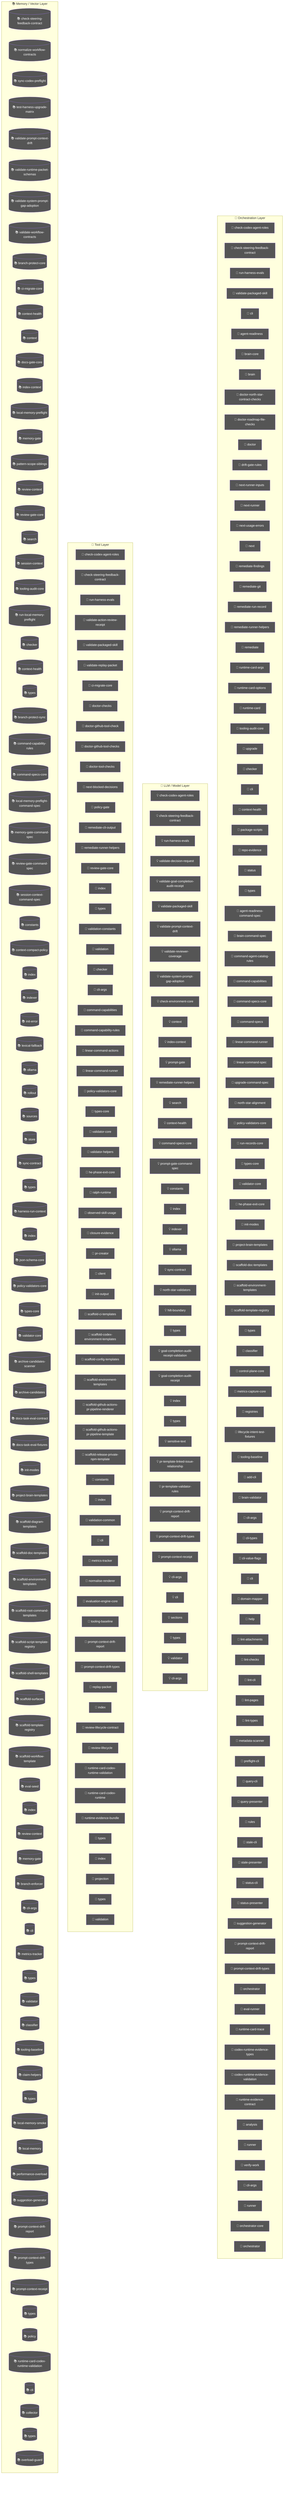
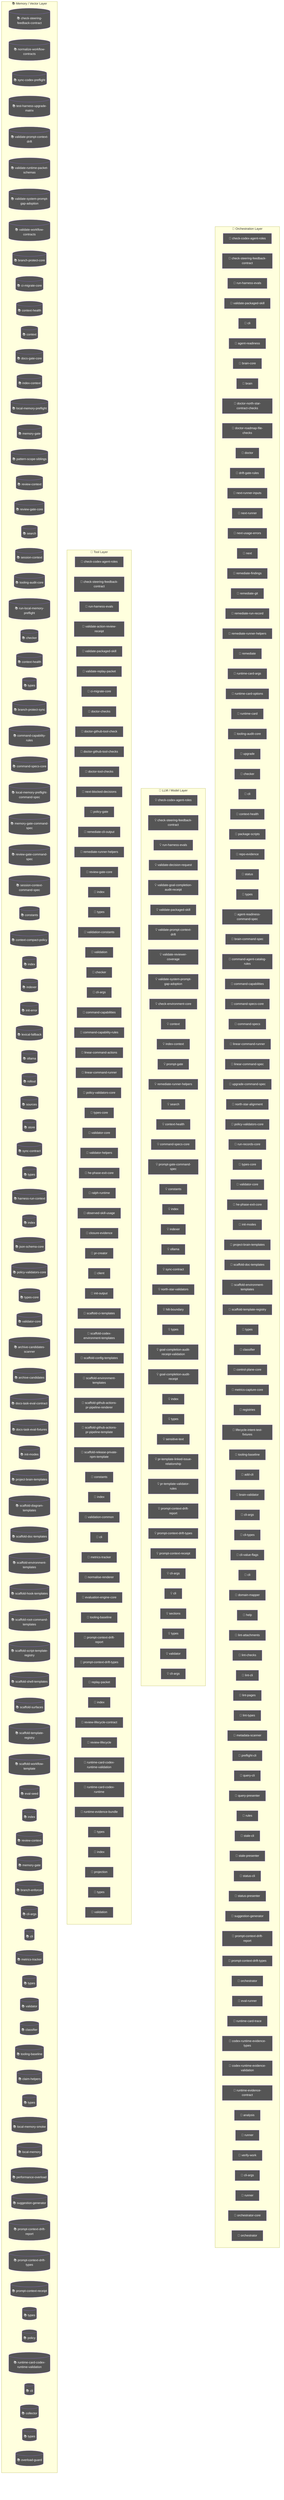
flowchart TD
  subgraph Orchestration["🎯 Orchestration Layer"]
    node_agent_mmd_orchestration_layer_orchestration_chec_7a9f0b64["🤖 check-codex-agent-roles"]
    node_agent_mmd_orchestration_layer_orchestration_chec_7fd47f5c["🤖 check-steering-feedback-contract"]
    node_agent_mmd_orchestration_layer_orchestration_run__18817957["🤖 run-harness-evals"]
    node_agent_mmd_orchestration_layer_orchestration_vali_c01b04be["🤖 validate-packaged-skill"]
    cli_99bb8840["🤖 cli"]
    agent_readiness_c82c68e6["🤖 agent-readiness"]
    brain_core_aa07c380["🤖 brain-core"]
    brain_bbbf7a64["🤖 brain"]
    doctor_north_star_contract_checks_0048124c["🤖 doctor-north-star-contract-checks"]
    doctor_roadmap_file_checks_14447b8e["🤖 doctor-roadmap-file-checks"]
    doctor_72f4be89["🤖 doctor"]
    drift_gate_rules_9685e72d["🤖 drift-gate-rules"]
    next_runner_inputs_754dba64["🤖 next-runner-inputs"]
    next_runner_41643472["🤖 next-runner"]
    next_usage_errors_837a345a["🤖 next-usage-errors"]
    next_c6c1c9a9["🤖 next"]
    remediate_findings_8b09c8c6["🤖 remediate-findings"]
    remediate_git_58c6f6f4["🤖 remediate-git"]
    remediate_run_record_9dfe5dc1["🤖 remediate-run-record"]
    node_agent_mmd_orchestration_layer_orchestration_reme_359fe98f["🤖 remediate-runner-helpers"]
    remediate_06b9c7fc["🤖 remediate"]
    runtime_card_args_2b3d4b28["🤖 runtime-card-args"]
    runtime_card_options_c9156ad5["🤖 runtime-card-options"]
    runtime_card_e06b53e1["🤖 runtime-card"]
    node_agent_mmd_orchestration_layer_orchestration_tool_acfe0c01["🤖 tooling-audit-core"]
    upgrade_7fef9479["🤖 upgrade"]
    node_agent_mmd_orchestration_layer_orchestration_chec_0550c395["🤖 checker"]
    cli_1_084e05fe["🤖 cli"]
    node_agent_mmd_orchestration_layer_orchestration_cont_61b3b9c9["🤖 context-health"]
    package_scripts_3ee6150f["🤖 package-scripts"]
    repo_evidence_38bb1de5["🤖 repo-evidence"]
    status_073c1634["🤖 status"]
    node_agent_mmd_orchestration_layer_orchestration_type_4f906dcc["🤖 types"]
    agent_readiness_command_spec_a30c2c1e["🤖 agent-readiness-command-spec"]
    brain_command_spec_15b122d5["🤖 brain-command-spec"]
    command_agent_catalog_rules_8e06b2af["🤖 command-agent-catalog-rules"]
    node_agent_mmd_orchestration_layer_orchestration_comm_6e41a7f7["🤖 command-capabilities"]
    node_agent_mmd_orchestration_layer_orchestration_comm_1f8cc24c["🤖 command-specs-core"]
    command_specs_69167c63["🤖 command-specs"]
    node_agent_mmd_orchestration_layer_orchestration_line_b67affd5["🤖 linear-command-runner"]
    linear_command_spec_1e12dd44["🤖 linear-command-spec"]
    upgrade_command_spec_03f6c7bd["🤖 upgrade-command-spec"]
    north_star_alignment_00440188["🤖 north-star-alignment"]
    node_agent_mmd_orchestration_layer_orchestration_poli_3270b55d["🤖 policy-validators-core"]
    run_records_core_89286dfa["🤖 run-records-core"]
    node_agent_mmd_orchestration_layer_orchestration_type_7cf81261["🤖 types-core"]
    node_agent_mmd_orchestration_layer_orchestration_vali_d9fe99e6["🤖 validator-core"]
    node_agent_mmd_orchestration_layer_orchestration_he_p_fc778c24["🤖 he-phase-exit-core"]
    node_agent_mmd_orchestration_layer_orchestration_init_2a9c3ecb["🤖 init-modes"]
    node_agent_mmd_orchestration_layer_orchestration_proj_6ab6f60f["🤖 project-brain-templates"]
    node_agent_mmd_orchestration_layer_orchestration_scaf_12cc07db["🤖 scaffold-doc-templates"]
    node_agent_mmd_orchestration_layer_orchestration_scaf_c9a90c2f["🤖 scaffold-environment-templates"]
    node_agent_mmd_orchestration_layer_orchestration_scaf_ff8f92f6["🤖 scaffold-template-registry"]
    types_16_0fae1112["🤖 types"]
    node_agent_mmd_orchestration_layer_orchestration_clas_899b821a["🤖 classifier"]
    control_plane_core_db3b4cb2["🤖 control-plane-core"]
    metrics_capture_core_db4bf7cf["🤖 metrics-capture-core"]
    registries_06402afa["🤖 registries"]
    lifecycle_intent_test_fixtures_a53c7ada["🤖 lifecycle-intent-test-fixtures"]
    node_agent_mmd_orchestration_layer_orchestration_tool_cc43149f["🤖 tooling-baseline"]
    add_cli_7614de25["🤖 add-cli"]
    brain_validator_be251832["🤖 brain-validator"]
    cli_args_8_d546936e["🤖 cli-args"]
    cli_types_1686e858["🤖 cli-types"]
    cli_value_flags_732a8e43["🤖 cli-value-flags"]
    cli_10_35dc8cbd["🤖 cli"]
    domain_mapper_cd9333d2["🤖 domain-mapper"]
    help_106a5842["🤖 help"]
    lint_attachments_873c0632["🤖 lint-attachments"]
    lint_checks_83522b19["🤖 lint-checks"]
    lint_cli_9ec62ec0["🤖 lint-cli"]
    lint_pages_e33301d0["🤖 lint-pages"]
    lint_types_2862c255["🤖 lint-types"]
    metadata_scanner_6a101b66["🤖 metadata-scanner"]
    preflight_cli_5d148379["🤖 preflight-cli"]
    query_cli_b95be64d["🤖 query-cli"]
    query_presenter_02e6077c["🤖 query-presenter"]
    rules_6c621d1a["🤖 rules"]
    stale_cli_64548720["🤖 stale-cli"]
    stale_presenter_1de4e3a2["🤖 stale-presenter"]
    status_cli_4c24a0d6["🤖 status-cli"]
    status_presenter_8de686c1["🤖 status-presenter"]
    node_agent_mmd_orchestration_layer_orchestration_sugg_85c5ebe3["🤖 suggestion-generator"]
    node_agent_mmd_orchestration_layer_orchestration_prom_d17b4de2["🤖 prompt-context-drift-report"]
    node_agent_mmd_orchestration_layer_orchestration_prom_77088997["🤖 prompt-context-drift-types"]
    orchestrator_11376b7e["🤖 orchestrator"]
    eval_runner_0966a6b3["🤖 eval-runner"]
    runtime_card_trace_64a5ca95["🤖 runtime-card-trace"]
    codex_runtime_evidence_types_f55808dd["🤖 codex-runtime-evidence-types"]
    codex_runtime_evidence_validation_d060a92d["🤖 codex-runtime-evidence-validation"]
    runtime_evidence_contract_0f7b15b2["🤖 runtime-evidence-contract"]
    analysis_f44e85c4["🤖 analysis"]
    runner_527aa9f4["🤖 runner"]
    verify_work_1_cd8e7ec3["🤖 verify-work"]
    cli_args_14_3481043e["🤖 cli-args"]
    runner_1_6f281bf8["🤖 runner"]
    orchestrator_core_d0678b53["🤖 orchestrator-core"]
    orchestrator_1_6b7137c5["🤖 orchestrator"]
  end
  subgraph LLMLayer["🧠 LLM / Model Layer"]
    node_agent_mmd_llm_model_layer_llmlayer_check_codex_a_29e7b7fa["💡 check-codex-agent-roles"]
    node_agent_mmd_llm_model_layer_llmlayer_check_steerin_0e1bf90d["💡 check-steering-feedback-contract"]
    node_agent_mmd_llm_model_layer_llmlayer_run_harness_e_603fcfdc["💡 run-harness-evals"]
    validate_decision_request_2e5c325e["💡 validate-decision-request"]
    validate_goal_completion_audit_receipt_100d252c["💡 validate-goal-completion-audit-receipt"]
    node_agent_mmd_llm_model_layer_llmlayer_validate_pack_2a12e1f4["💡 validate-packaged-skill"]
    node_agent_mmd_llm_model_layer_llmlayer_validate_prom_9880f764["💡 validate-prompt-context-drift"]
    validate_reviewer_coverage_251efee3["💡 validate-reviewer-coverage"]
    node_agent_mmd_llm_model_layer_llmlayer_validate_syst_5636156e["💡 validate-system-prompt-gap-adoption"]
    check_environment_core_2c16213f["💡 check-environment-core"]
    node_agent_mmd_llm_model_layer_llmlayer_context_conte_ad2dfbd9["💡 context"]
    node_agent_mmd_llm_model_layer_llmlayer_index_context_1041bd11["💡 index-context"]
    prompt_gate_c5e9d207["💡 prompt-gate"]
    node_agent_mmd_llm_model_layer_llmlayer_remediate_run_9e3d4585["💡 remediate-runner-helpers"]
    node_agent_mmd_llm_model_layer_llmlayer_search_search_66b9a911["💡 search"]
    node_agent_mmd_llm_model_layer_llmlayer_context_healt_cfc0bfa8["💡 context-health"]
    node_agent_mmd_llm_model_layer_llmlayer_command_specs_782af9fa["💡 command-specs-core"]
    prompt_gate_command_spec_9a941482["💡 prompt-gate-command-spec"]
    node_agent_mmd_llm_model_layer_llmlayer_constants_con_c9bd3f6c["💡 constants"]
    node_agent_mmd_llm_model_layer_llmlayer_index_index_1_02e160ff["💡 index"]
    node_agent_mmd_llm_model_layer_llmlayer_indexer_index_4f4deef5["💡 indexer"]
    node_agent_mmd_llm_model_layer_llmlayer_ollama_ollama_968b23fa["💡 ollama"]
    node_agent_mmd_llm_model_layer_llmlayer_sync_contract_9f3cc8c1["💡 sync-contract"]
    north_star_validators_cfc926ce["💡 north-star-validators"]
    hilt_boundary_9b36fb15["💡 hilt-boundary"]
    types_10_75e5a4a0["💡 types"]
    goal_completion_audit_receipt_validation_9d0f4891["💡 goal-completion-audit-receipt-validation"]
    goal_completion_audit_receipt_5e4939c3["💡 goal-completion-audit-receipt"]
    index_5_522f772a["💡 index"]
    node_agent_mmd_llm_model_layer_llmlayer_constants_con_c9bd3f6c["💡 constants"]
    types_17_ed30531c["💡 types"]
    sensitive_text_7c11f760["💡 sensitive-text"]
    pr_template_linked_issue_relationship_a7b61f2c["💡 pr-template-linked-issue-relationship"]
    pr_template_validator_rules_20a32d6b["💡 pr-template-validator-rules"]
    node_agent_mmd_llm_model_layer_llmlayer_index_index_1_02e160ff["💡 index"]
    node_agent_mmd_llm_model_layer_llmlayer_prompt_contex_81f9066a["💡 prompt-context-drift-report"]
    node_agent_mmd_llm_model_layer_llmlayer_prompt_contex_e5066b88["💡 prompt-context-drift-types"]
    node_agent_mmd_llm_model_layer_llmlayer_index_index_1_02e160ff["💡 index"]
    node_agent_mmd_llm_model_layer_llmlayer_prompt_contex_6426acc2["💡 prompt-context-receipt"]
    cli_args_9_9c136878["💡 cli-args"]
    cli_11_338a8415["💡 cli"]
    sections_4697ef32["💡 sections"]
    types_27_4d134744["💡 types"]
    validator_7_f836eb0e["💡 validator"]
    cli_args_10_861cdd3f["💡 cli-args"]
  end
  subgraph ToolLayer["🔧 Tool Layer"]
    node_agent_mmd_tool_layer_toollayer_check_codex_agent_4b361d5a["🔧 check-codex-agent-roles"]
    node_agent_mmd_tool_layer_toollayer_check_steering_fe_eafecf3a["🔧 check-steering-feedback-contract"]
    node_agent_mmd_tool_layer_toollayer_run_harness_evals_e2ee24f1["🔧 run-harness-evals"]
    validate_action_review_receipt_fa2f06c3["🔧 validate-action-review-receipt"]
    node_agent_mmd_tool_layer_toollayer_validate_packaged_2855c827["🔧 validate-packaged-skill"]
    validate_replay_packet_f309747e["🔧 validate-replay-packet"]
    node_agent_mmd_tool_layer_toollayer_ci_migrate_core_c_049f8460["🔧 ci-migrate-core"]
    doctor_checks_5a2eb2b9["🔧 doctor-checks"]
    doctor_github_tool_check_e0a938df["🔧 doctor-github-tool-check"]
    doctor_github_tool_checks_a53b0382["🔧 doctor-github-tool-checks"]
    doctor_tool_checks_4acac51a["🔧 doctor-tool-checks"]
    next_blocked_decisions_4140ad2b["🔧 next-blocked-decisions"]
    policy_gate_213f7313["🔧 policy-gate"]
    remediate_cli_output_cc165396["🔧 remediate-cli-output"]
    node_agent_mmd_tool_layer_toollayer_remediate_runner__c003b871["🔧 remediate-runner-helpers"]
    node_agent_mmd_tool_layer_toollayer_review_gate_core__7704598b["🔧 review-gate-core"]
    index_1bc04b52["🔧 index"]
    types_1_4ecdf56e["🔧 types"]
    validation_constants_e002a0f6["🔧 validation-constants"]
    validation_98c41dcd["🔧 validation"]
    node_agent_mmd_tool_layer_toollayer_checker_checker_2_453d593b["🔧 checker"]
    cli_args_1_6144b055["🔧 cli-args"]
    node_agent_mmd_tool_layer_toollayer_command_capabilit_7fe13db1["🔧 command-capabilities"]
    node_agent_mmd_tool_layer_toollayer_command_capabilit_e97a4615["🔧 command-capability-rules"]
    linear_command_actions_e430f4f4["🔧 linear-command-actions"]
    node_agent_mmd_tool_layer_toollayer_linear_command_ru_d6763748["🔧 linear-command-runner"]
    node_agent_mmd_tool_layer_toollayer_policy_validators_af136abf["🔧 policy-validators-core"]
    node_agent_mmd_tool_layer_toollayer_types_core_types__6c8319b6["🔧 types-core"]
    node_agent_mmd_tool_layer_toollayer_validator_core_va_6ef6131f["🔧 validator-core"]
    validator_helpers_7b927667["🔧 validator-helpers"]
    node_agent_mmd_tool_layer_toollayer_he_phase_exit_cor_af016160["🔧 he-phase-exit-core"]
    ralph_runtime_73d63c0e["🔧 ralph-runtime"]
    observed_skill_usage_ed7d5930["🔧 observed-skill-usage"]
    closure_evidence_aaa31467["🔧 closure-evidence"]
    pr_creator_dc6b1ea4["🔧 pr-creator"]
    client_948fe603["🔧 client"]
    init_output_360dce91["🔧 init-output"]
    scaffold_ci_templates_2afd6392["🔧 scaffold-ci-templates"]
    scaffold_codex_environment_templates_334fbbed["🔧 scaffold-codex-environment-templates"]
    scaffold_config_templates_4b80ce53["🔧 scaffold-config-templates"]
    node_agent_mmd_tool_layer_toollayer_scaffold_environm_c1afc013["🔧 scaffold-environment-templates"]
    scaffold_github_actions_pr_pipeline_renderer_1ee18de5["🔧 scaffold-github-actions-pr-pipeline-renderer"]
    scaffold_github_actions_pr_pipeline_template_e2b85f62["🔧 scaffold-github-actions-pr-pipeline-template"]
    scaffold_release_private_npm_template_075499f8["🔧 scaffold-release-private-npm-template"]
    node_agent_mmd_tool_layer_toollayer_constants_constan_9d71b829["🔧 constants"]
    index_9_32dd4d91["🔧 index"]
    validation_common_6161e48b["🔧 validation-common"]
    node_agent_mmd_tool_layer_toollayer_cli_cli_2_1_32d9eeaf["🔧 cli"]
    node_agent_mmd_tool_layer_toollayer_metrics_tracker_m_4c9237d8["🔧 metrics-tracker"]
    normalise_renderer_85f2e563["🔧 normalise-renderer"]
    evaluation_engine_core_e054fe49["🔧 evaluation-engine-core"]
    node_agent_mmd_tool_layer_toollayer_tooling_baseline__61e66e9f["🔧 tooling-baseline"]
    node_agent_mmd_tool_layer_toollayer_prompt_context_dr_a2772f2b["🔧 prompt-context-drift-report"]
    node_agent_mmd_tool_layer_toollayer_prompt_context_dr_bd82da46["🔧 prompt-context-drift-types"]
    replay_packet_a1293f88["🔧 replay-packet"]
    index_14_d982116c["🔧 index"]
    review_lifecycle_contract_e5447221["🔧 review-lifecycle-contract"]
    review_lifecycle_89afa64c["🔧 review-lifecycle"]
    node_agent_mmd_tool_layer_toollayer_runtime_card_code_3636ceac["🔧 runtime-card-codex-runtime-validation"]
    runtime_card_codex_runtime_0655e230["🔧 runtime-card-codex-runtime"]
    runtime_evidence_bundle_d471a232["🔧 runtime-evidence-bundle"]
    types_36_674380ec["🔧 types"]
    index_17_642943a2["🔧 index"]
    projection_1b250ea1["🔧 projection"]
    types_38_e8efcd57["🔧 types"]
    validation_7_c4e6d8b6["🔧 validation"]
  end
  subgraph MemoryLayer["📚 Memory / Vector Layer"]
    node_agent_mmd_memory_vector_layer_memorylayer_check__64c86928[("📚 check-steering-feedback-contract")]
    normalize_workflow_contracts_8701f1c8[("📚 normalize-workflow-contracts")]
    sync_codex_preflight_7e7a8dc2[("📚 sync-codex-preflight")]
    test_harness_upgrade_matrix_84113c4e[("📚 test-harness-upgrade-matrix")]
    node_agent_mmd_memory_vector_layer_memorylayer_valida_c52c4db8[("📚 validate-prompt-context-drift")]
    validate_runtime_packet_schemas_bc3ba8ec[("📚 validate-runtime-packet-schemas")]
    node_agent_mmd_memory_vector_layer_memorylayer_valida_db599a97[("📚 validate-system-prompt-gap-adoption")]
    validate_workflow_contracts_33dc063c[("📚 validate-workflow-contracts")]
    branch_protect_core_a8feb0fd[("📚 branch-protect-core")]
    node_agent_mmd_memory_vector_layer_memorylayer_ci_mig_0cd5b1a4[("📚 ci-migrate-core")]
    context_health_80bb7da9[("📚 context-health")]
    node_agent_mmd_memory_vector_layer_memorylayer_contex_78ceaaa9[("📚 context")]
    docs_gate_core_eb9b6c18[("📚 docs-gate-core")]
    node_agent_mmd_memory_vector_layer_memorylayer_index__6f3402d0[("📚 index-context")]
    local_memory_preflight_dcc36c42[("📚 local-memory-preflight")]
    memory_gate_a577a506[("📚 memory-gate")]
    pattern_scope_siblings_43abe000[("📚 pattern-scope-siblings")]
    review_context_ca6cf81d[("📚 review-context")]
    node_agent_mmd_memory_vector_layer_memorylayer_review_5bee9816[("📚 review-gate-core")]
    node_agent_mmd_memory_vector_layer_memorylayer_search_ac35cb7e[("📚 search")]
    session_context_e5ec72c0[("📚 session-context")]
    node_agent_mmd_memory_vector_layer_memorylayer_toolin_a1185b8f[("📚 tooling-audit-core")]
    run_local_memory_preflight_36e92808[("📚 run-local-memory-preflight")]
    node_agent_mmd_memory_vector_layer_memorylayer_checke_a583eb4f[("📚 checker")]
    node_agent_mmd_memory_vector_layer_memorylayer_contex_3204aa0e[("📚 context-health")]
    node_agent_mmd_memory_vector_layer_memorylayer_types__9ad640a0[("📚 types")]
    branch_protect_sync_570adb18[("📚 branch-protect-sync")]
    node_agent_mmd_memory_vector_layer_memorylayer_comman_c72a5d05[("📚 command-capability-rules")]
    node_agent_mmd_memory_vector_layer_memorylayer_comman_111eb454[("📚 command-specs-core")]
    local_memory_preflight_command_spec_9e23f3ce[("📚 local-memory-preflight-command-spec")]
    memory_gate_command_spec_dc9001a9[("📚 memory-gate-command-spec")]
    review_gate_command_spec_3187376a[("📚 review-gate-command-spec")]
    session_context_command_spec_973afbb1[("📚 session-context-command-spec")]
    node_agent_mmd_memory_vector_layer_memorylayer_consta_702d3f46[("📚 constants")]
    context_compact_policy_3dcaf95d[("📚 context-compact-policy")]
    node_agent_mmd_memory_vector_layer_memorylayer_index__752bc61e[("📚 index")]
    node_agent_mmd_memory_vector_layer_memorylayer_indexe_93e6d86f[("📚 indexer")]
    init_error_5c7dd49f[("📚 init-error")]
    lexical_fallback_723e2b3e[("📚 lexical-fallback")]
    node_agent_mmd_memory_vector_layer_memorylayer_ollama_6d51be16[("📚 ollama")]
    rollout_a4fa034c[("📚 rollout")]
    sources_878a52fc[("📚 sources")]
    store_824d80d7[("📚 store")]
    node_agent_mmd_memory_vector_layer_memorylayer_sync_c_e43418bc[("📚 sync-contract")]
    types_8_f6283648[("📚 types")]
    harness_run_context_ac7c77a9[("📚 harness-run-context")]
    index_4_013aa0e3[("📚 index")]
    json_schema_core_96d7e328[("📚 json-schema-core")]
    node_agent_mmd_memory_vector_layer_memorylayer_policy_1944de42[("📚 policy-validators-core")]
    node_agent_mmd_memory_vector_layer_memorylayer_types__83f369fa[("📚 types-core")]
    node_agent_mmd_memory_vector_layer_memorylayer_valida_41034356[("📚 validator-core")]
    archive_candidates_scanner_d0931789[("📚 archive-candidates-scanner")]
    archive_candidates_dc0e40e1[("📚 archive-candidates")]
    docs_task_eval_contract_79347457[("📚 docs-task-eval-contract")]
    docs_task_eval_fixtures_44902755[("📚 docs-task-eval-fixtures")]
    node_agent_mmd_memory_vector_layer_memorylayer_init_m_333d02c5[("📚 init-modes")]
    node_agent_mmd_memory_vector_layer_memorylayer_projec_3ae304d9[("📚 project-brain-templates")]
    scaffold_diagram_templates_dd88e83c[("📚 scaffold-diagram-templates")]
    node_agent_mmd_memory_vector_layer_memorylayer_scaffo_5fd73b94[("📚 scaffold-doc-templates")]
    node_agent_mmd_memory_vector_layer_memorylayer_scaffo_12b42341[("📚 scaffold-environment-templates")]
+     scaffold_hook_templates_8c74ab50[("📚 scaffold-hook-templates")]
    scaffold_root_command_templates_404fed7f[("📚 scaffold-root-command-templates")]
    scaffold_script_template_registry_69312d4e[("📚 scaffold-script-template-registry")]
    scaffold_shell_templates_0ad0f915[("📚 scaffold-shell-templates")]
    scaffold_surfaces_12d6494e[("📚 scaffold-surfaces")]
    node_agent_mmd_memory_vector_layer_memorylayer_scaffo_a86eece1[("📚 scaffold-template-registry")]
    scaffold_workflow_template_92310587[("📚 scaffold-workflow-template")]
    eval_seed_5699fd3e[("📚 eval-seed")]
    index_10_f6785a46[("📚 index")]
    review_context_1_e3afed15[("📚 review-context")]
    memory_gate_1_265164ac[("📚 memory-gate")]
    branch_enforcer_acb749cd[("📚 branch-enforcer")]
    cli_args_5_09ea29f0[("📚 cli-args")]
    node_agent_mmd_memory_vector_layer_memorylayer_cli_cl_1f1f89ab[("📚 cli")]
    node_agent_mmd_memory_vector_layer_memorylayer_metric_12562178[("📚 metrics-tracker")]
    types_19_eb4ad5f0[("📚 types")]
    validator_5_b19ac2be[("📚 validator")]
    node_agent_mmd_memory_vector_layer_memorylayer_classi_1ebbf5ff[("📚 classifier")]
    node_agent_mmd_memory_vector_layer_memorylayer_toolin_14f86b00[("📚 tooling-baseline")]
    claim_helpers_20dc8387[("📚 claim-helpers")]
    types_24_c63dc1a7[("📚 types")]
    local_memory_smoke_1175abfc[("📚 local-memory-smoke")]
    local_memory_0db17ecc[("📚 local-memory")]
    performance_overload_c685bfcf[("📚 performance-overload")]
    node_agent_mmd_memory_vector_layer_memorylayer_sugges_267f408d[("📚 suggestion-generator")]
    node_agent_mmd_memory_vector_layer_memorylayer_index__752bc61e[("📚 index")]
    node_agent_mmd_memory_vector_layer_memorylayer_prompt_ae34fc43[("📚 prompt-context-drift-report")]
    node_agent_mmd_memory_vector_layer_memorylayer_prompt_efd77624[("📚 prompt-context-drift-types")]
    node_agent_mmd_memory_vector_layer_memorylayer_index__752bc61e[("📚 index")]
    node_agent_mmd_memory_vector_layer_memorylayer_prompt_55c0d605[("📚 prompt-context-receipt")]
    types_31_eb363e20[("📚 types")]
    policy_1_fc4198db[("📚 policy")]
    node_agent_mmd_memory_vector_layer_memorylayer_runtim_a5d23e7f[("📚 runtime-card-codex-runtime-validation")]
    cli_12_01c06c37[("📚 cli")]
    collector_0736fd5b[("📚 collector")]
    types_34_85e6a0bb[("📚 types")]
    overload_guard_2748c559[("📚 overload-guard")]
  end
  classDef agentNode fill:#555,color:#fff
  class node_agent_mmd_orchestration_layer_orchestration_chec_7a9f0b64,node_agent_mmd_llm_model_layer_llmlayer_check_codex_a_29e7b7fa,node_agent_mmd_tool_layer_toollayer_check_codex_agent_4b361d5a,node_agent_mmd_orchestration_layer_orchestration_chec_7fd47f5c,node_agent_mmd_llm_model_layer_llmlayer_check_steerin_0e1bf90d,node_agent_mmd_tool_layer_toollayer_check_steering_fe_eafecf3a,node_agent_mmd_memory_vector_layer_memorylayer_check__64c86928,node_agent_mmd_orchestration_layer_orchestration_run__18817957,node_agent_mmd_llm_model_layer_llmlayer_run_harness_e_603fcfdc,node_agent_mmd_tool_layer_toollayer_run_harness_evals_e2ee24f1,node_agent_mmd_orchestration_layer_orchestration_vali_c01b04be,node_agent_mmd_llm_model_layer_llmlayer_validate_pack_2a12e1f4,node_agent_mmd_tool_layer_toollayer_validate_packaged_2855c827,cli_99bb8840,agent_readiness_c82c68e6,brain_core_aa07c380,brain_bbbf7a64,doctor_north_star_contract_checks_0048124c,doctor_roadmap_file_checks_14447b8e,doctor_72f4be89,drift_gate_rules_9685e72d,next_runner_inputs_754dba64,next_runner_41643472,next_usage_errors_837a345a,next_c6c1c9a9,remediate_findings_8b09c8c6,remediate_git_58c6f6f4,remediate_run_record_9dfe5dc1,node_agent_mmd_orchestration_layer_orchestration_reme_359fe98f,node_agent_mmd_llm_model_layer_llmlayer_remediate_run_9e3d4585,node_agent_mmd_tool_layer_toollayer_remediate_runner__c003b871,remediate_06b9c7fc,runtime_card_args_2b3d4b28,runtime_card_options_c9156ad5,runtime_card_e06b53e1,node_agent_mmd_orchestration_layer_orchestration_tool_acfe0c01,node_agent_mmd_memory_vector_layer_memorylayer_toolin_a1185b8f,upgrade_7fef9479,node_agent_mmd_orchestration_layer_orchestration_chec_0550c395,node_agent_mmd_tool_layer_toollayer_checker_checker_2_453d593b,node_agent_mmd_memory_vector_layer_memorylayer_checke_a583eb4f,cli_1_084e05fe,node_agent_mmd_orchestration_layer_orchestration_cont_61b3b9c9,node_agent_mmd_llm_model_layer_llmlayer_context_healt_cfc0bfa8,node_agent_mmd_memory_vector_layer_memorylayer_contex_3204aa0e,package_scripts_3ee6150f,repo_evidence_38bb1de5,status_073c1634,node_agent_mmd_orchestration_layer_orchestration_type_4f906dcc,node_agent_mmd_memory_vector_layer_memorylayer_types__9ad640a0,agent_readiness_command_spec_a30c2c1e,brain_command_spec_15b122d5,command_agent_catalog_rules_8e06b2af,node_agent_mmd_orchestration_layer_orchestration_comm_6e41a7f7,node_agent_mmd_tool_layer_toollayer_command_capabilit_7fe13db1,node_agent_mmd_orchestration_layer_orchestration_comm_1f8cc24c,node_agent_mmd_llm_model_layer_llmlayer_command_specs_782af9fa,node_agent_mmd_memory_vector_layer_memorylayer_comman_111eb454,command_specs_69167c63,node_agent_mmd_orchestration_layer_orchestration_line_b67affd5,node_agent_mmd_tool_layer_toollayer_linear_command_ru_d6763748,linear_command_spec_1e12dd44,upgrade_command_spec_03f6c7bd,north_star_alignment_00440188,node_agent_mmd_orchestration_layer_orchestration_poli_3270b55d,node_agent_mmd_tool_layer_toollayer_policy_validators_af136abf,node_agent_mmd_memory_vector_layer_memorylayer_policy_1944de42,run_records_core_89286dfa,node_agent_mmd_orchestration_layer_orchestration_type_7cf81261,node_agent_mmd_tool_layer_toollayer_types_core_types__6c8319b6,node_agent_mmd_memory_vector_layer_memorylayer_types__83f369fa,node_agent_mmd_orchestration_layer_orchestration_vali_d9fe99e6,node_agent_mmd_tool_layer_toollayer_validator_core_va_6ef6131f,node_agent_mmd_memory_vector_layer_memorylayer_valida_41034356,node_agent_mmd_orchestration_layer_orchestration_he_p_fc778c24,node_agent_mmd_tool_layer_toollayer_he_phase_exit_cor_af016160,node_agent_mmd_orchestration_layer_orchestration_init_2a9c3ecb,node_agent_mmd_memory_vector_layer_memorylayer_init_m_333d02c5,node_agent_mmd_orchestration_layer_orchestration_proj_6ab6f60f,node_agent_mmd_memory_vector_layer_memorylayer_projec_3ae304d9,node_agent_mmd_orchestration_layer_orchestration_scaf_12cc07db,node_agent_mmd_memory_vector_layer_memorylayer_scaffo_5fd73b94,node_agent_mmd_orchestration_layer_orchestration_scaf_c9a90c2f,node_agent_mmd_tool_layer_toollayer_scaffold_environm_c1afc013,node_agent_mmd_memory_vector_layer_memorylayer_scaffo_12b42341,node_agent_mmd_orchestration_layer_orchestration_scaf_ff8f92f6,node_agent_mmd_memory_vector_layer_memorylayer_scaffo_a86eece1,types_16_0fae1112,node_agent_mmd_orchestration_layer_orchestration_clas_899b821a,node_agent_mmd_memory_vector_layer_memorylayer_classi_1ebbf5ff,control_plane_core_db3b4cb2,metrics_capture_core_db4bf7cf,registries_06402afa,lifecycle_intent_test_fixtures_a53c7ada,node_agent_mmd_orchestration_layer_orchestration_tool_cc43149f,node_agent_mmd_tool_layer_toollayer_tooling_baseline__61e66e9f,node_agent_mmd_memory_vector_layer_memorylayer_toolin_14f86b00,add_cli_7614de25,brain_validator_be251832,cli_args_8_d546936e,cli_types_1686e858,cli_value_flags_732a8e43,cli_10_35dc8cbd,domain_mapper_cd9333d2,help_106a5842,lint_attachments_873c0632,lint_checks_83522b19,lint_cli_9ec62ec0,lint_pages_e33301d0,lint_types_2862c255,metadata_scanner_6a101b66,preflight_cli_5d148379,query_cli_b95be64d,query_presenter_02e6077c,rules_6c621d1a,stale_cli_64548720,stale_presenter_1de4e3a2,status_cli_4c24a0d6,status_presenter_8de686c1,node_agent_mmd_orchestration_layer_orchestration_sugg_85c5ebe3,node_agent_mmd_memory_vector_layer_memorylayer_sugges_267f408d,node_agent_mmd_orchestration_layer_orchestration_prom_d17b4de2,node_agent_mmd_llm_model_layer_llmlayer_prompt_contex_81f9066a,node_agent_mmd_tool_layer_toollayer_prompt_context_dr_a2772f2b,node_agent_mmd_memory_vector_layer_memorylayer_prompt_ae34fc43,node_agent_mmd_orchestration_layer_orchestration_prom_77088997,node_agent_mmd_llm_model_layer_llmlayer_prompt_contex_e5066b88,node_agent_mmd_tool_layer_toollayer_prompt_context_dr_bd82da46,node_agent_mmd_memory_vector_layer_memorylayer_prompt_efd77624,orchestrator_11376b7e,eval_runner_0966a6b3,runtime_card_trace_64a5ca95,codex_runtime_evidence_types_f55808dd,codex_runtime_evidence_validation_d060a92d,runtime_evidence_contract_0f7b15b2,analysis_f44e85c4,runner_527aa9f4,verify_work_1_cd8e7ec3,cli_args_14_3481043e,runner_1_6f281bf8,orchestrator_core_d0678b53,orchestrator_1_6b7137c5 agentNode
  classDef llmNode fill:#555,color:#fff
  class node_agent_mmd_orchestration_layer_orchestration_chec_7a9f0b64,node_agent_mmd_llm_model_layer_llmlayer_check_codex_a_29e7b7fa,node_agent_mmd_tool_layer_toollayer_check_codex_agent_4b361d5a,node_agent_mmd_orchestration_layer_orchestration_chec_7fd47f5c,node_agent_mmd_llm_model_layer_llmlayer_check_steerin_0e1bf90d,node_agent_mmd_tool_layer_toollayer_check_steering_fe_eafecf3a,node_agent_mmd_memory_vector_layer_memorylayer_check__64c86928,node_agent_mmd_orchestration_layer_orchestration_run__18817957,node_agent_mmd_llm_model_layer_llmlayer_run_harness_e_603fcfdc,node_agent_mmd_tool_layer_toollayer_run_harness_evals_e2ee24f1,validate_decision_request_2e5c325e,validate_goal_completion_audit_receipt_100d252c,node_agent_mmd_orchestration_layer_orchestration_vali_c01b04be,node_agent_mmd_llm_model_layer_llmlayer_validate_pack_2a12e1f4,node_agent_mmd_tool_layer_toollayer_validate_packaged_2855c827,node_agent_mmd_llm_model_layer_llmlayer_validate_prom_9880f764,node_agent_mmd_memory_vector_layer_memorylayer_valida_c52c4db8,validate_reviewer_coverage_251efee3,node_agent_mmd_llm_model_layer_llmlayer_validate_syst_5636156e,node_agent_mmd_memory_vector_layer_memorylayer_valida_db599a97,check_environment_core_2c16213f,node_agent_mmd_llm_model_layer_llmlayer_context_conte_ad2dfbd9,node_agent_mmd_memory_vector_layer_memorylayer_contex_78ceaaa9,node_agent_mmd_llm_model_layer_llmlayer_index_context_1041bd11,node_agent_mmd_memory_vector_layer_memorylayer_index__6f3402d0,prompt_gate_c5e9d207,node_agent_mmd_orchestration_layer_orchestration_reme_359fe98f,node_agent_mmd_llm_model_layer_llmlayer_remediate_run_9e3d4585,node_agent_mmd_tool_layer_toollayer_remediate_runner__c003b871,node_agent_mmd_llm_model_layer_llmlayer_search_search_66b9a911,node_agent_mmd_memory_vector_layer_memorylayer_search_ac35cb7e,node_agent_mmd_orchestration_layer_orchestration_cont_61b3b9c9,node_agent_mmd_llm_model_layer_llmlayer_context_healt_cfc0bfa8,node_agent_mmd_memory_vector_layer_memorylayer_contex_3204aa0e,node_agent_mmd_orchestration_layer_orchestration_comm_1f8cc24c,node_agent_mmd_llm_model_layer_llmlayer_command_specs_782af9fa,node_agent_mmd_memory_vector_layer_memorylayer_comman_111eb454,prompt_gate_command_spec_9a941482,node_agent_mmd_llm_model_layer_llmlayer_constants_con_c9bd3f6c,node_agent_mmd_memory_vector_layer_memorylayer_consta_702d3f46,node_agent_mmd_llm_model_layer_llmlayer_index_index_1_02e160ff,node_agent_mmd_memory_vector_layer_memorylayer_index__752bc61e,node_agent_mmd_llm_model_layer_llmlayer_indexer_index_4f4deef5,node_agent_mmd_memory_vector_layer_memorylayer_indexe_93e6d86f,node_agent_mmd_llm_model_layer_llmlayer_ollama_ollama_968b23fa,node_agent_mmd_memory_vector_layer_memorylayer_ollama_6d51be16,node_agent_mmd_llm_model_layer_llmlayer_sync_contract_9f3cc8c1,node_agent_mmd_memory_vector_layer_memorylayer_sync_c_e43418bc,north_star_validators_cfc926ce,hilt_boundary_9b36fb15,types_10_75e5a4a0,goal_completion_audit_receipt_validation_9d0f4891,goal_completion_audit_receipt_5e4939c3,index_5_522f772a,node_agent_mmd_tool_layer_toollayer_constants_constan_9d71b829,types_17_ed30531c,sensitive_text_7c11f760,pr_template_linked_issue_relationship_a7b61f2c,pr_template_validator_rules_20a32d6b,node_agent_mmd_orchestration_layer_orchestration_prom_d17b4de2,node_agent_mmd_llm_model_layer_llmlayer_prompt_contex_81f9066a,node_agent_mmd_tool_layer_toollayer_prompt_context_dr_a2772f2b,node_agent_mmd_memory_vector_layer_memorylayer_prompt_ae34fc43,node_agent_mmd_orchestration_layer_orchestration_prom_77088997,node_agent_mmd_llm_model_layer_llmlayer_prompt_contex_e5066b88,node_agent_mmd_tool_layer_toollayer_prompt_context_dr_bd82da46,node_agent_mmd_memory_vector_layer_memorylayer_prompt_efd77624,node_agent_mmd_llm_model_layer_llmlayer_prompt_contex_6426acc2,node_agent_mmd_memory_vector_layer_memorylayer_prompt_55c0d605,cli_args_9_9c136878,cli_11_338a8415,sections_4697ef32,types_27_4d134744,validator_7_f836eb0e,cli_args_10_861cdd3f llmNode
  classDef toolNode fill:#555,color:#fff
  class node_agent_mmd_orchestration_layer_orchestration_chec_7a9f0b64,node_agent_mmd_llm_model_layer_llmlayer_check_codex_a_29e7b7fa,node_agent_mmd_tool_layer_toollayer_check_codex_agent_4b361d5a,node_agent_mmd_orchestration_layer_orchestration_chec_7fd47f5c,node_agent_mmd_llm_model_layer_llmlayer_check_steerin_0e1bf90d,node_agent_mmd_tool_layer_toollayer_check_steering_fe_eafecf3a,node_agent_mmd_memory_vector_layer_memorylayer_check__64c86928,node_agent_mmd_orchestration_layer_orchestration_run__18817957,node_agent_mmd_llm_model_layer_llmlayer_run_harness_e_603fcfdc,node_agent_mmd_tool_layer_toollayer_run_harness_evals_e2ee24f1,validate_action_review_receipt_fa2f06c3,node_agent_mmd_orchestration_layer_orchestration_vali_c01b04be,node_agent_mmd_llm_model_layer_llmlayer_validate_pack_2a12e1f4,node_agent_mmd_tool_layer_toollayer_validate_packaged_2855c827,validate_replay_packet_f309747e,node_agent_mmd_tool_layer_toollayer_ci_migrate_core_c_049f8460,node_agent_mmd_memory_vector_layer_memorylayer_ci_mig_0cd5b1a4,doctor_checks_5a2eb2b9,doctor_github_tool_check_e0a938df,doctor_github_tool_checks_a53b0382,doctor_tool_checks_4acac51a,next_blocked_decisions_4140ad2b,policy_gate_213f7313,remediate_cli_output_cc165396,node_agent_mmd_orchestration_layer_orchestration_reme_359fe98f,node_agent_mmd_llm_model_layer_llmlayer_remediate_run_9e3d4585,node_agent_mmd_tool_layer_toollayer_remediate_runner__c003b871,node_agent_mmd_tool_layer_toollayer_review_gate_core__7704598b,node_agent_mmd_memory_vector_layer_memorylayer_review_5bee9816,index_1bc04b52,types_1_4ecdf56e,validation_constants_e002a0f6,validation_98c41dcd,node_agent_mmd_orchestration_layer_orchestration_chec_0550c395,node_agent_mmd_tool_layer_toollayer_checker_checker_2_453d593b,node_agent_mmd_memory_vector_layer_memorylayer_checke_a583eb4f,cli_args_1_6144b055,node_agent_mmd_orchestration_layer_orchestration_comm_6e41a7f7,node_agent_mmd_tool_layer_toollayer_command_capabilit_7fe13db1,node_agent_mmd_tool_layer_toollayer_command_capabilit_e97a4615,node_agent_mmd_memory_vector_layer_memorylayer_comman_c72a5d05,linear_command_actions_e430f4f4,node_agent_mmd_orchestration_layer_orchestration_line_b67affd5,node_agent_mmd_tool_layer_toollayer_linear_command_ru_d6763748,node_agent_mmd_orchestration_layer_orchestration_poli_3270b55d,node_agent_mmd_tool_layer_toollayer_policy_validators_af136abf,node_agent_mmd_memory_vector_layer_memorylayer_policy_1944de42,node_agent_mmd_orchestration_layer_orchestration_type_7cf81261,node_agent_mmd_tool_layer_toollayer_types_core_types__6c8319b6,node_agent_mmd_memory_vector_layer_memorylayer_types__83f369fa,node_agent_mmd_orchestration_layer_orchestration_vali_d9fe99e6,node_agent_mmd_tool_layer_toollayer_validator_core_va_6ef6131f,node_agent_mmd_memory_vector_layer_memorylayer_valida_41034356,validator_helpers_7b927667,node_agent_mmd_orchestration_layer_orchestration_he_p_fc778c24,node_agent_mmd_tool_layer_toollayer_he_phase_exit_cor_af016160,ralph_runtime_73d63c0e,observed_skill_usage_ed7d5930,closure_evidence_aaa31467,pr_creator_dc6b1ea4,client_948fe603,init_output_360dce91,scaffold_ci_templates_2afd6392,scaffold_codex_environment_templates_334fbbed,scaffold_config_templates_4b80ce53,node_agent_mmd_orchestration_layer_orchestration_scaf_c9a90c2f,node_agent_mmd_tool_layer_toollayer_scaffold_environm_c1afc013,node_agent_mmd_memory_vector_layer_memorylayer_scaffo_12b42341,scaffold_github_actions_pr_pipeline_renderer_1ee18de5,scaffold_github_actions_pr_pipeline_template_e2b85f62,scaffold_release_private_npm_template_075499f8,node_agent_mmd_llm_model_layer_llmlayer_constants_con_c9bd3f6c,node_agent_mmd_tool_layer_toollayer_constants_constan_9d71b829,index_9_32dd4d91,validation_common_6161e48b,node_agent_mmd_tool_layer_toollayer_cli_cli_2_1_32d9eeaf,node_agent_mmd_memory_vector_layer_memorylayer_cli_cl_1f1f89ab,node_agent_mmd_tool_layer_toollayer_metrics_tracker_m_4c9237d8,node_agent_mmd_memory_vector_layer_memorylayer_metric_12562178,normalise_renderer_85f2e563,evaluation_engine_core_e054fe49,node_agent_mmd_orchestration_layer_orchestration_tool_cc43149f,node_agent_mmd_tool_layer_toollayer_tooling_baseline__61e66e9f,node_agent_mmd_memory_vector_layer_memorylayer_toolin_14f86b00,node_agent_mmd_orchestration_layer_orchestration_prom_d17b4de2,node_agent_mmd_llm_model_layer_llmlayer_prompt_contex_81f9066a,node_agent_mmd_tool_layer_toollayer_prompt_context_dr_a2772f2b,node_agent_mmd_memory_vector_layer_memorylayer_prompt_ae34fc43,node_agent_mmd_orchestration_layer_orchestration_prom_77088997,node_agent_mmd_llm_model_layer_llmlayer_prompt_contex_e5066b88,node_agent_mmd_tool_layer_toollayer_prompt_context_dr_bd82da46,node_agent_mmd_memory_vector_layer_memorylayer_prompt_efd77624,replay_packet_a1293f88,index_14_d982116c,review_lifecycle_contract_e5447221,review_lifecycle_89afa64c,node_agent_mmd_tool_layer_toollayer_runtime_card_code_3636ceac,node_agent_mmd_memory_vector_layer_memorylayer_runtim_a5d23e7f,runtime_card_codex_runtime_0655e230,runtime_evidence_bundle_d471a232,types_36_674380ec,index_17_642943a2,projection_1b250ea1,types_38_e8efcd57,validation_7_c4e6d8b6 toolNode
  classDef memNode fill:#555,color:#fff
-   class node_agent_mmd_orchestration_layer_orchestration_chec_7fd47f5c,node_agent_mmd_llm_model_layer_llmlayer_check_steerin_0e1bf90d,node_agent_mmd_tool_layer_toollayer_check_steering_fe_eafecf3a,node_agent_mmd_memory_vector_layer_memorylayer_check__64c86928,normalize_workflow_contracts_8701f1c8,sync_codex_preflight_7e7a8dc2,test_harness_upgrade_matrix_84113c4e,node_agent_mmd_llm_model_layer_llmlayer_validate_prom_9880f764,node_agent_mmd_memory_vector_layer_memorylayer_valida_c52c4db8,validate_runtime_packet_schemas_bc3ba8ec,node_agent_mmd_llm_model_layer_llmlayer_validate_syst_5636156e,node_agent_mmd_memory_vector_layer_memorylayer_valida_db599a97,validate_workflow_contracts_33dc063c,branch_protect_core_a8feb0fd,node_agent_mmd_tool_layer_toollayer_ci_migrate_core_c_049f8460,node_agent_mmd_memory_vector_layer_memorylayer_ci_mig_0cd5b1a4,context_health_80bb7da9,node_agent_mmd_llm_model_layer_llmlayer_context_conte_ad2dfbd9,node_agent_mmd_memory_vector_layer_memorylayer_contex_78ceaaa9,docs_gate_core_eb9b6c18,node_agent_mmd_llm_model_layer_llmlayer_index_context_1041bd11,node_agent_mmd_memory_vector_layer_memorylayer_index__6f3402d0,local_memory_preflight_dcc36c42,memory_gate_a577a506,pattern_scope_siblings_43abe000,review_context_ca6cf81d,node_agent_mmd_tool_layer_toollayer_review_gate_core__7704598b,node_agent_mmd_memory_vector_layer_memorylayer_review_5bee9816,node_agent_mmd_llm_model_layer_llmlayer_search_search_66b9a911,node_agent_mmd_memory_vector_layer_memorylayer_search_ac35cb7e,session_context_e5ec72c0,node_agent_mmd_orchestration_layer_orchestration_tool_acfe0c01,node_agent_mmd_memory_vector_layer_memorylayer_toolin_a1185b8f,run_local_memory_preflight_36e92808,node_agent_mmd_orchestration_layer_orchestration_chec_0550c395,node_agent_mmd_tool_layer_toollayer_checker_checker_2_453d593b,node_agent_mmd_memory_vector_layer_memorylayer_checke_a583eb4f,node_agent_mmd_orchestration_layer_orchestration_cont_61b3b9c9,node_agent_mmd_llm_model_layer_llmlayer_context_healt_cfc0bfa8,node_agent_mmd_memory_vector_layer_memorylayer_contex_3204aa0e,node_agent_mmd_orchestration_layer_orchestration_type_4f906dcc,node_agent_mmd_memory_vector_layer_memorylayer_types__9ad640a0,branch_protect_sync_570adb18,node_agent_mmd_tool_layer_toollayer_command_capabilit_e97a4615,node_agent_mmd_memory_vector_layer_memorylayer_comman_c72a5d05,node_agent_mmd_orchestration_layer_orchestration_comm_1f8cc24c,node_agent_mmd_llm_model_layer_llmlayer_command_specs_782af9fa,node_agent_mmd_memory_vector_layer_memorylayer_comman_111eb454,local_memory_preflight_command_spec_9e23f3ce,memory_gate_command_spec_dc9001a9,review_gate_command_spec_3187376a,session_context_command_spec_973afbb1,node_agent_mmd_llm_model_layer_llmlayer_constants_con_c9bd3f6c,node_agent_mmd_memory_vector_layer_memorylayer_consta_702d3f46,context_compact_policy_3dcaf95d,node_agent_mmd_llm_model_layer_llmlayer_index_index_1_02e160ff,node_agent_mmd_memory_vector_layer_memorylayer_index__752bc61e,node_agent_mmd_llm_model_layer_llmlayer_indexer_index_4f4deef5,node_agent_mmd_memory_vector_layer_memorylayer_indexe_93e6d86f,init_error_5c7dd49f,lexical_fallback_723e2b3e,node_agent_mmd_llm_model_layer_llmlayer_ollama_ollama_968b23fa,node_agent_mmd_memory_vector_layer_memorylayer_ollama_6d51be16,rollout_a4fa034c,sources_878a52fc,store_824d80d7,node_agent_mmd_llm_model_layer_llmlayer_sync_contract_9f3cc8c1,node_agent_mmd_memory_vector_layer_memorylayer_sync_c_e43418bc,types_8_f6283648,harness_run_context_ac7c77a9,index_4_013aa0e3,json_schema_core_96d7e328,node_agent_mmd_orchestration_layer_orchestration_poli_3270b55d,node_agent_mmd_tool_layer_toollayer_policy_validators_af136abf,node_agent_mmd_memory_vector_layer_memorylayer_policy_1944de42,node_agent_mmd_orchestration_layer_orchestration_type_7cf81261,node_agent_mmd_tool_layer_toollayer_types_core_types__6c8319b6,node_agent_mmd_memory_vector_layer_memorylayer_types__83f369fa,node_agent_mmd_orchestration_layer_orchestration_vali_d9fe99e6,node_agent_mmd_tool_layer_toollayer_validator_core_va_6ef6131f,node_agent_mmd_memory_vector_layer_memorylayer_valida_41034356,archive_candidates_scanner_d0931789,archive_candidates_dc0e40e1,docs_task_eval_contract_79347457,docs_task_eval_fixtures_44902755,node_agent_mmd_orchestration_layer_orchestration_init_2a9c3ecb,node_agent_mmd_memory_vector_layer_memorylayer_init_m_333d02c5,node_agent_mmd_orchestration_layer_orchestration_proj_6ab6f60f,node_agent_mmd_memory_vector_layer_memorylayer_projec_3ae304d9,scaffold_diagram_templates_dd88e83c,node_agent_mmd_orchestration_layer_orchestration_scaf_12cc07db,node_agent_mmd_memory_vector_layer_memorylayer_scaffo_5fd73b94,node_agent_mmd_orchestration_layer_orchestration_scaf_c9a90c2f,node_agent_mmd_tool_layer_toollayer_scaffold_environm_c1afc013,node_agent_mmd_memory_vector_layer_memorylayer_scaffo_12b42341,scaffold_root_command_templates_404fed7f,scaffold_script_template_registry_69312d4e,scaffold_shell_templates_0ad0f915,scaffold_surfaces_12d6494e,node_agent_mmd_orchestration_layer_orchestration_scaf_ff8f92f6,node_agent_mmd_memory_vector_layer_memorylayer_scaffo_a86eece1,scaffold_workflow_template_92310587,eval_seed_5699fd3e,index_10_f6785a46,review_context_1_e3afed15,memory_gate_1_265164ac,branch_enforcer_acb749cd,cli_args_5_09ea29f0,node_agent_mmd_tool_layer_toollayer_cli_cli_2_1_32d9eeaf,node_agent_mmd_memory_vector_layer_memorylayer_cli_cl_1f1f89ab,node_agent_mmd_tool_layer_toollayer_metrics_tracker_m_4c9237d8,node_agent_mmd_memory_vector_layer_memorylayer_metric_12562178,types_19_eb4ad5f0,validator_5_b19ac2be,node_agent_mmd_orchestration_layer_orchestration_clas_899b821a,node_agent_mmd_memory_vector_layer_memorylayer_classi_1ebbf5ff,node_agent_mmd_orchestration_layer_orchestration_tool_cc43149f,node_agent_mmd_tool_layer_toollayer_tooling_baseline__61e66e9f,node_agent_mmd_memory_vector_layer_memorylayer_toolin_14f86b00,claim_helpers_20dc8387,types_24_c63dc1a7,local_memory_smoke_1175abfc,local_memory_0db17ecc,performance_overload_c685bfcf,node_agent_mmd_orchestration_layer_orchestration_sugg_85c5ebe3,node_agent_mmd_memory_vector_layer_memorylayer_sugges_267f408d,node_agent_mmd_orchestration_layer_orchestration_prom_d17b4de2,node_agent_mmd_llm_model_layer_llmlayer_prompt_contex_81f9066a,node_agent_mmd_tool_layer_toollayer_prompt_context_dr_a2772f2b,node_agent_mmd_memory_vector_layer_memorylayer_prompt_ae34fc43,node_agent_mmd_orchestration_layer_orchestration_prom_77088997,node_agent_mmd_llm_model_layer_llmlayer_prompt_contex_e5066b88,node_agent_mmd_tool_layer_toollayer_prompt_context_dr_bd82da46,node_agent_mmd_memory_vector_layer_memorylayer_prompt_efd77624,node_agent_mmd_llm_model_layer_llmlayer_prompt_contex_6426acc2,node_agent_mmd_memory_vector_layer_memorylayer_prompt_55c0d605,types_31_eb363e20,policy_1_fc4198db,node_agent_mmd_tool_layer_toollayer_runtime_card_code_3636ceac,node_agent_mmd_memory_vector_layer_memorylayer_runtim_a5d23e7f,cli_12_01c06c37,collector_0736fd5b,types_34_85e6a0bb,overload_guard_2748c559 memNode
+   class node_agent_mmd_orchestration_layer_orchestration_chec_7fd47f5c,node_agent_mmd_llm_model_layer_llmlayer_check_steerin_0e1bf90d,node_agent_mmd_tool_layer_toollayer_check_steering_fe_eafecf3a,node_agent_mmd_memory_vector_layer_memorylayer_check__64c86928,normalize_workflow_contracts_8701f1c8,sync_codex_preflight_7e7a8dc2,test_harness_upgrade_matrix_84113c4e,node_agent_mmd_llm_model_layer_llmlayer_validate_prom_9880f764,node_agent_mmd_memory_vector_layer_memorylayer_valida_c52c4db8,validate_runtime_packet_schemas_bc3ba8ec,node_agent_mmd_llm_model_layer_llmlayer_validate_syst_5636156e,node_agent_mmd_memory_vector_layer_memorylayer_valida_db599a97,validate_workflow_contracts_33dc063c,branch_protect_core_a8feb0fd,node_agent_mmd_tool_layer_toollayer_ci_migrate_core_c_049f8460,node_agent_mmd_memory_vector_layer_memorylayer_ci_mig_0cd5b1a4,context_health_80bb7da9,node_agent_mmd_llm_model_layer_llmlayer_context_conte_ad2dfbd9,node_agent_mmd_memory_vector_layer_memorylayer_contex_78ceaaa9,docs_gate_core_eb9b6c18,node_agent_mmd_llm_model_layer_llmlayer_index_context_1041bd11,node_agent_mmd_memory_vector_layer_memorylayer_index__6f3402d0,local_memory_preflight_dcc36c42,memory_gate_a577a506,pattern_scope_siblings_43abe000,review_context_ca6cf81d,node_agent_mmd_tool_layer_toollayer_review_gate_core__7704598b,node_agent_mmd_memory_vector_layer_memorylayer_review_5bee9816,node_agent_mmd_llm_model_layer_llmlayer_search_search_66b9a911,node_agent_mmd_memory_vector_layer_memorylayer_search_ac35cb7e,session_context_e5ec72c0,node_agent_mmd_orchestration_layer_orchestration_tool_acfe0c01,node_agent_mmd_memory_vector_layer_memorylayer_toolin_a1185b8f,run_local_memory_preflight_36e92808,node_agent_mmd_orchestration_layer_orchestration_chec_0550c395,node_agent_mmd_tool_layer_toollayer_checker_checker_2_453d593b,node_agent_mmd_memory_vector_layer_memorylayer_checke_a583eb4f,node_agent_mmd_orchestration_layer_orchestration_cont_61b3b9c9,node_agent_mmd_llm_model_layer_llmlayer_context_healt_cfc0bfa8,node_agent_mmd_memory_vector_layer_memorylayer_contex_3204aa0e,node_agent_mmd_orchestration_layer_orchestration_type_4f906dcc,node_agent_mmd_memory_vector_layer_memorylayer_types__9ad640a0,branch_protect_sync_570adb18,node_agent_mmd_tool_layer_toollayer_command_capabilit_e97a4615,node_agent_mmd_memory_vector_layer_memorylayer_comman_c72a5d05,node_agent_mmd_orchestration_layer_orchestration_comm_1f8cc24c,node_agent_mmd_llm_model_layer_llmlayer_command_specs_782af9fa,node_agent_mmd_memory_vector_layer_memorylayer_comman_111eb454,local_memory_preflight_command_spec_9e23f3ce,memory_gate_command_spec_dc9001a9,review_gate_command_spec_3187376a,session_context_command_spec_973afbb1,node_agent_mmd_llm_model_layer_llmlayer_constants_con_c9bd3f6c,node_agent_mmd_memory_vector_layer_memorylayer_consta_702d3f46,context_compact_policy_3dcaf95d,node_agent_mmd_llm_model_layer_llmlayer_index_index_1_02e160ff,node_agent_mmd_memory_vector_layer_memorylayer_index__752bc61e,node_agent_mmd_llm_model_layer_llmlayer_indexer_index_4f4deef5,node_agent_mmd_memory_vector_layer_memorylayer_indexe_93e6d86f,init_error_5c7dd49f,lexical_fallback_723e2b3e,node_agent_mmd_llm_model_layer_llmlayer_ollama_ollama_968b23fa,node_agent_mmd_memory_vector_layer_memorylayer_ollama_6d51be16,rollout_a4fa034c,sources_878a52fc,store_824d80d7,node_agent_mmd_llm_model_layer_llmlayer_sync_contract_9f3cc8c1,node_agent_mmd_memory_vector_layer_memorylayer_sync_c_e43418bc,types_8_f6283648,harness_run_context_ac7c77a9,index_4_013aa0e3,json_schema_core_96d7e328,node_agent_mmd_orchestration_layer_orchestration_poli_3270b55d,node_agent_mmd_tool_layer_toollayer_policy_validators_af136abf,node_agent_mmd_memory_vector_layer_memorylayer_policy_1944de42,node_agent_mmd_orchestration_layer_orchestration_type_7cf81261,node_agent_mmd_tool_layer_toollayer_types_core_types__6c8319b6,node_agent_mmd_memory_vector_layer_memorylayer_types__83f369fa,node_agent_mmd_orchestration_layer_orchestration_vali_d9fe99e6,node_agent_mmd_tool_layer_toollayer_validator_core_va_6ef6131f,node_agent_mmd_memory_vector_layer_memorylayer_valida_41034356,archive_candidates_scanner_d0931789,archive_candidates_dc0e40e1,docs_task_eval_contract_79347457,docs_task_eval_fixtures_44902755,node_agent_mmd_orchestration_layer_orchestration_init_2a9c3ecb,node_agent_mmd_memory_vector_layer_memorylayer_init_m_333d02c5,node_agent_mmd_orchestration_layer_orchestration_proj_6ab6f60f,node_agent_mmd_memory_vector_layer_memorylayer_projec_3ae304d9,scaffold_diagram_templates_dd88e83c,node_agent_mmd_orchestration_layer_orchestration_scaf_12cc07db,node_agent_mmd_memory_vector_layer_memorylayer_scaffo_5fd73b94,node_agent_mmd_orchestration_layer_orchestration_scaf_c9a90c2f,node_agent_mmd_tool_layer_toollayer_scaffold_environm_c1afc013,node_agent_mmd_memory_vector_layer_memorylayer_scaffo_12b42341,scaffold_hook_templates_8c74ab50,scaffold_root_command_templates_404fed7f,scaffold_script_template_registry_69312d4e,scaffold_shell_templates_0ad0f915,scaffold_surfaces_12d6494e,node_agent_mmd_orchestration_layer_orchestration_scaf_ff8f92f6,node_agent_mmd_memory_vector_layer_memorylayer_scaffo_a86eece1,scaffold_workflow_template_92310587,eval_seed_5699fd3e,index_10_f6785a46,review_context_1_e3afed15,memory_gate_1_265164ac,branch_enforcer_acb749cd,cli_args_5_09ea29f0,node_agent_mmd_tool_layer_toollayer_cli_cli_2_1_32d9eeaf,node_agent_mmd_memory_vector_layer_memorylayer_cli_cl_1f1f89ab,node_agent_mmd_tool_layer_toollayer_metrics_tracker_m_4c9237d8,node_agent_mmd_memory_vector_layer_memorylayer_metric_12562178,types_19_eb4ad5f0,validator_5_b19ac2be,node_agent_mmd_orchestration_layer_orchestration_clas_899b821a,node_agent_mmd_memory_vector_layer_memorylayer_classi_1ebbf5ff,node_agent_mmd_orchestration_layer_orchestration_tool_cc43149f,node_agent_mmd_tool_layer_toollayer_tooling_baseline__61e66e9f,node_agent_mmd_memory_vector_layer_memorylayer_toolin_14f86b00,claim_helpers_20dc8387,types_24_c63dc1a7,local_memory_smoke_1175abfc,local_memory_0db17ecc,performance_overload_c685bfcf,node_agent_mmd_orchestration_layer_orchestration_sugg_85c5ebe3,node_agent_mmd_memory_vector_layer_memorylayer_sugges_267f408d,node_agent_mmd_orchestration_layer_orchestration_prom_d17b4de2,node_agent_mmd_llm_model_layer_llmlayer_prompt_contex_81f9066a,node_agent_mmd_tool_layer_toollayer_prompt_context_dr_a2772f2b,node_agent_mmd_memory_vector_layer_memorylayer_prompt_ae34fc43,node_agent_mmd_orchestration_layer_orchestration_prom_77088997,node_agent_mmd_llm_model_layer_llmlayer_prompt_contex_e5066b88,node_agent_mmd_tool_layer_toollayer_prompt_context_dr_bd82da46,node_agent_mmd_memory_vector_layer_memorylayer_prompt_efd77624,node_agent_mmd_llm_model_layer_llmlayer_prompt_contex_6426acc2,node_agent_mmd_memory_vector_layer_memorylayer_prompt_55c0d605,types_31_eb363e20,policy_1_fc4198db,node_agent_mmd_tool_layer_toollayer_runtime_card_code_3636ceac,node_agent_mmd_memory_vector_layer_memorylayer_runtim_a5d23e7f,cli_12_01c06c37,collector_0736fd5b,types_34_85e6a0bb,overload_guard_2748c559 memNode
